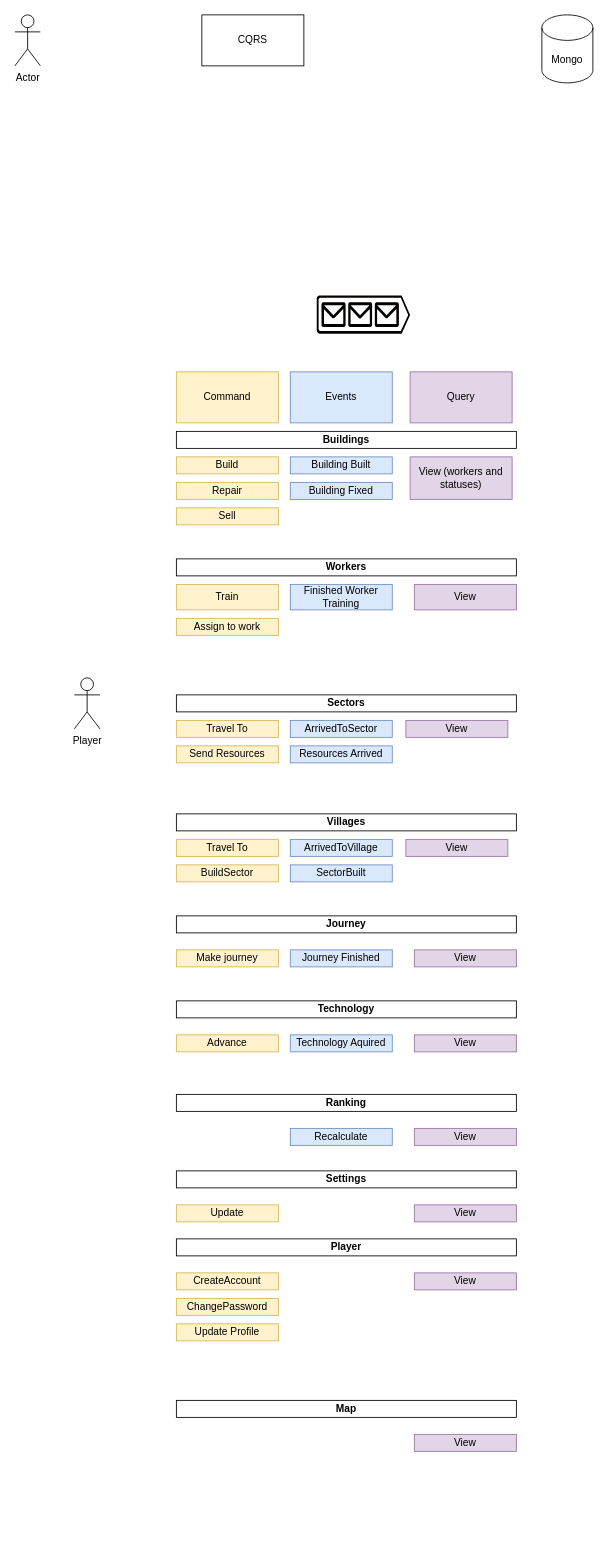
piotreczek5/GameChanger keeps this draw.io diagram as page "Mechanizmy Programowanie" (8 of 8) of gameChanger.drawio. Above is the earlier version. Source tidied: cells renumbered, new cells numbered last; positions are measured from the earlier drawing's top-left corner, leaving out a move shared by most shapes. Both pictures are drawn from the tidied source at 85%, with x=0, y=0 at pixel (14, 14).
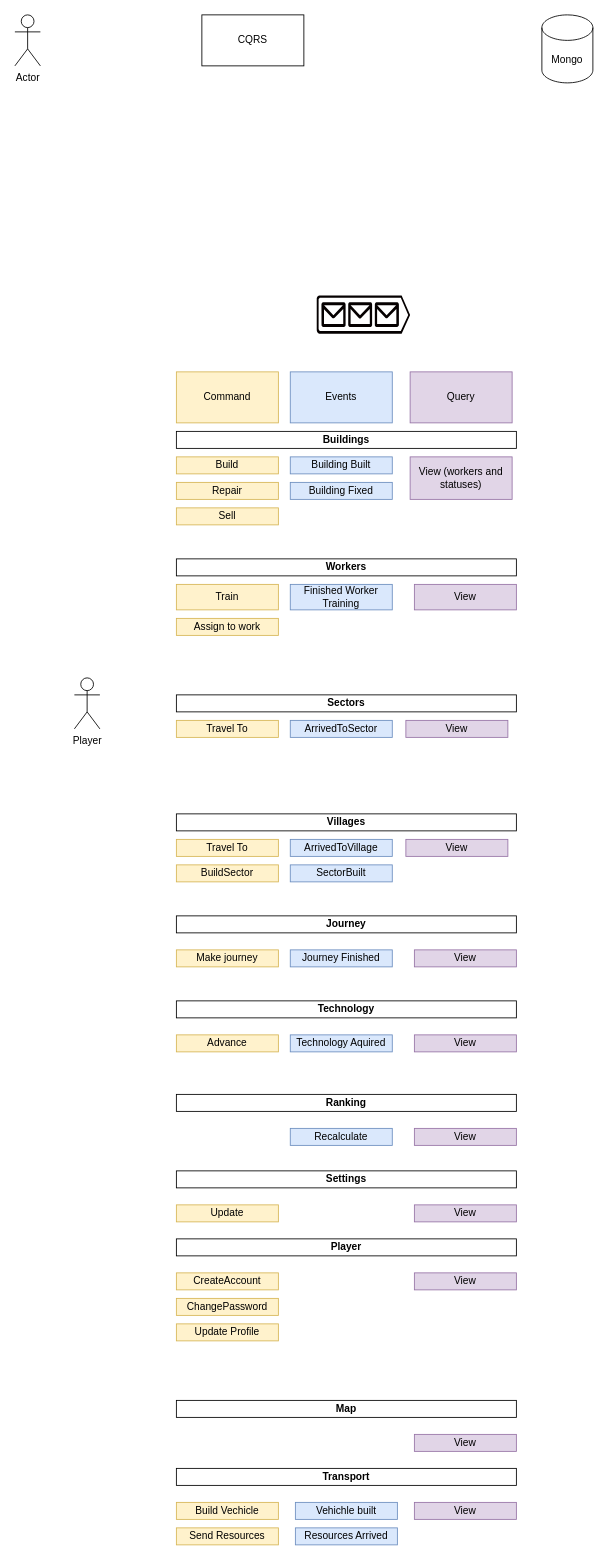
The same page after the edit.

The edit, as a diff of the source:
```diff
@@
     <mxCell id="30" value="Send Resources" style="rounded=0;whiteSpace=wrap;html=1;fillColor=#fff2cc;strokeColor=#d6b656;" parent="1" vertex="1">
-      <mxGeometry x="190" y="860" width="120" height="20" as="geometry" />
+      <mxGeometry x="190" y="1780" width="120" height="20" as="geometry" />
     </mxCell>
     <mxCell id="31" value="Resources Arrived" style="rounded=0;whiteSpace=wrap;html=1;fillColor=#dae8fc;strokeColor=#6c8ebf;" parent="1" vertex="1">
-      <mxGeometry x="324" y="860" width="120" height="20" as="geometry" />
+      <mxGeometry x="330" y="1780" width="120" height="20" as="geometry" />
     </mxCell>
@@
+    <mxCell id="55" value="Transport" style="rounded=0;whiteSpace=wrap;html=1;fontStyle=1;" parent="1" vertex="1">
+      <mxGeometry x="190" y="1710" width="400" height="20" as="geometry" />
+    </mxCell>
+    <mxCell id="56" value="View" style="rounded=0;whiteSpace=wrap;html=1;fillColor=#e1d5e7;strokeColor=#9673a6;" parent="1" vertex="1">
+      <mxGeometry x="470" y="1750" width="120" height="20" as="geometry" />
+    </mxCell>
+    <mxCell id="57" value="Build Vechicle" style="rounded=0;whiteSpace=wrap;html=1;fillColor=#fff2cc;strokeColor=#d6b656;" parent="1" vertex="1">
+      <mxGeometry x="190" y="1750" width="120" height="20" as="geometry" />
+    </mxCell>
+    <mxCell id="58" value="Vehichle built" style="rounded=0;whiteSpace=wrap;html=1;fillColor=#dae8fc;strokeColor=#6c8ebf;" parent="1" vertex="1">
+      <mxGeometry x="330" y="1750" width="120" height="20" as="geometry" />
+    </mxCell>
```
